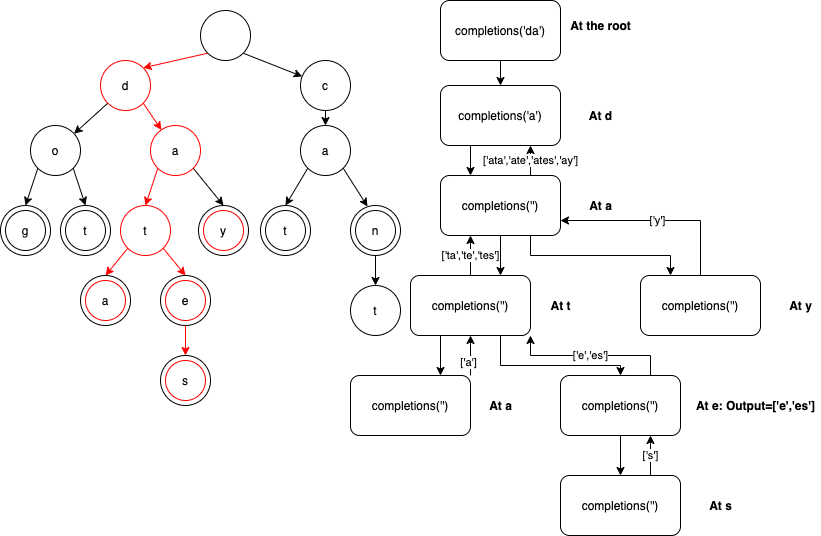
Earlier version of the draw.io export static/images/completions_attempt15.png (ksu-cs-cc/ksu-cs-cc.github.io). Source tidied: cells renumbered, new cells last; positions are measured from the earlier drawing's top-left corner, leaving out a move shared by most shapes.
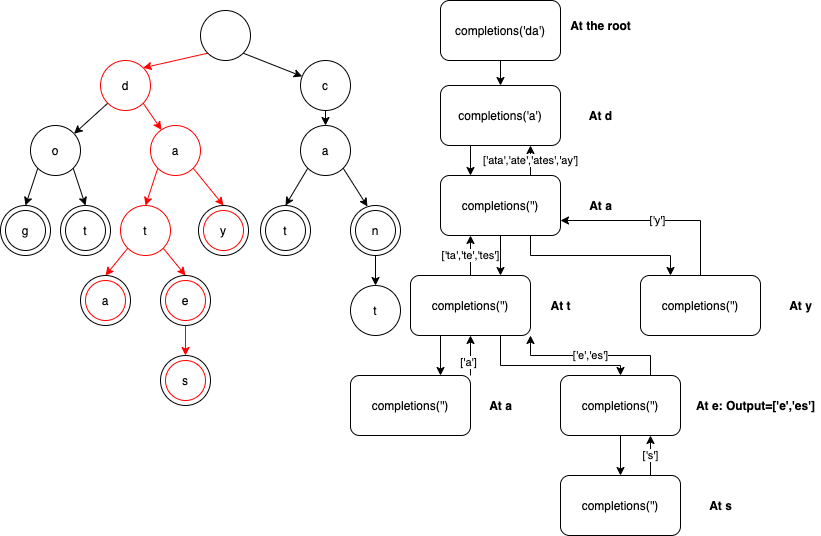
After the commit.

Diff of the diagram source:
```diff
@@ -104,7 +104,7 @@
     <mxCell id="35" style="edgeStyle=none;rounded=0;jettySize=auto;html=1;exitX=0;exitY=1;exitDx=0;exitDy=0;entryX=0.5;entryY=0;entryDx=0;entryDy=0;strokeColor=#FF0000;" parent="1" edge="1" source="37" target="43">
       <mxGeometry relative="1" as="geometry" />
     </mxCell>
-    <mxCell id="36" style="edgeStyle=none;rounded=0;jettySize=auto;html=1;exitX=1;exitY=1;exitDx=0;exitDy=0;entryX=0.5;entryY=0;entryDx=0;entryDy=0;" parent="1" edge="1" source="37" target="45">
+    <mxCell id="36" style="edgeStyle=none;rounded=0;jettySize=auto;html=1;exitX=1;exitY=1;exitDx=0;exitDy=0;entryX=0.5;entryY=0;entryDx=0;entryDy=0;strokeColor=#FF0000;" parent="1" edge="1" source="37" target="45">
       <mxGeometry relative="1" as="geometry" />
     </mxCell>
     <mxCell id="37" value="a" style="ellipse;whiteSpace=wrap;html=1;strokeColor=#FF0000;" parent="1" vertex="1">
```
